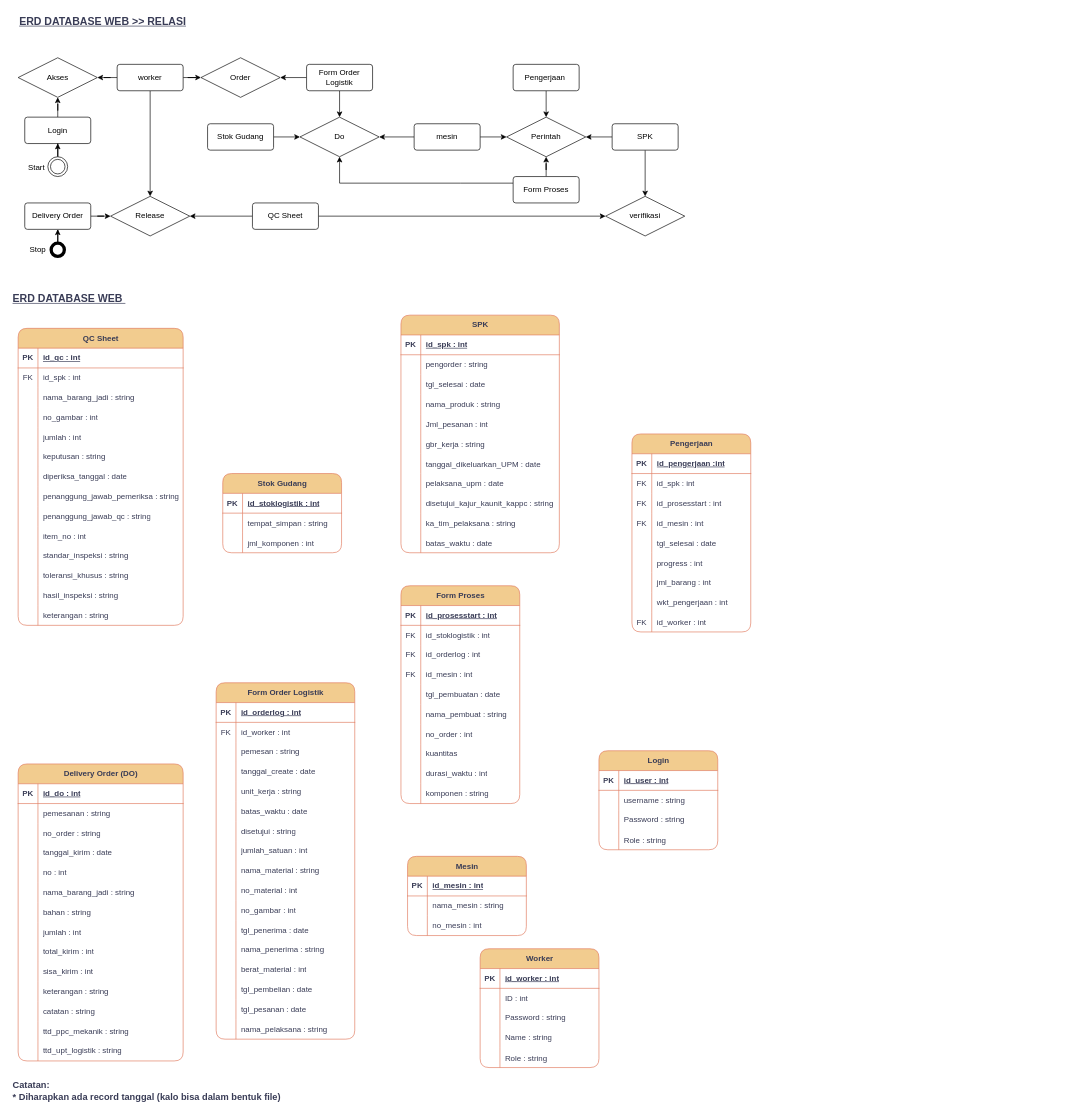
Above: page "ERD" (1 of 2) of erd-rev.drawio in rdhst/ERD-Draw-IO (draw.io), before the change. Source tidied: cells renumbered, new cells numbered last; positions are measured from the earlier drawing's top-left corner, leaving out a move shared by most shapes. Both pictures are drawn from the tidied source at 66%, with x=0, y=0 at pixel (11, 11).
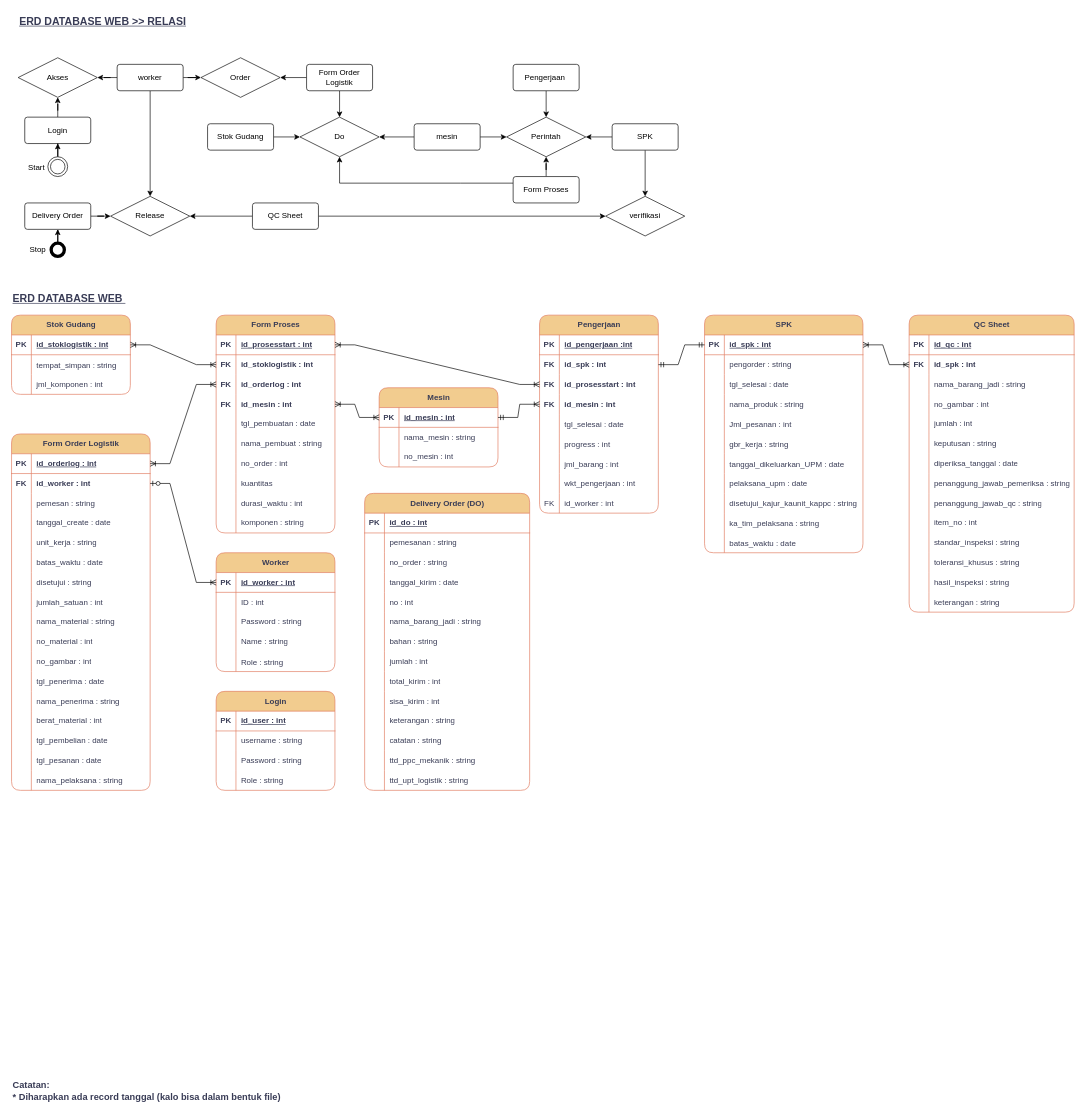
After the change.

The change refers to these unchanged cells:
```xml
<mxCell id="5" style="shape=tableRow;horizontal=0;startSize=0;swimlaneHead=0;swimlaneBody=0;fillColor=none;points=[[0,0.5],[1,0.5]];portConstraint=eastwest;top=0;left=0;right=0;bottom=1;rounded=1;labelBackgroundColor=none;strokeColor=#E07A5F;fontColor=#393C56;" parent="4" vertex="1">
  <mxGeometry y="30" width="240" height="30" as="geometry" />
</mxCell>
<mxCell id="39" style="shape=tableRow;horizontal=0;startSize=0;swimlaneHead=0;swimlaneBody=0;fillColor=none;points=[[0,0.5],[1,0.5]];portConstraint=eastwest;top=0;left=0;right=0;bottom=1;rounded=1;labelBackgroundColor=none;strokeColor=#E07A5F;fontColor=#393C56;" parent="38" vertex="1">
  <mxGeometry y="30" width="180" height="30" as="geometry" />
</mxCell>
<mxCell id="58" style="shape=tableRow;horizontal=0;startSize=0;swimlaneHead=0;swimlaneBody=0;fillColor=none;points=[[0,0.5],[1,0.5]];portConstraint=eastwest;top=0;left=0;right=0;bottom=0;rounded=1;labelBackgroundColor=none;strokeColor=#E07A5F;fontColor=#393C56;" parent="54" vertex="1">
  <mxGeometry y="60" width="180" height="30" as="geometry" />
</mxCell>
<mxCell id="61" style="shape=tableRow;horizontal=0;startSize=0;swimlaneHead=0;swimlaneBody=0;fillColor=none;points=[[0,0.5],[1,0.5]];portConstraint=eastwest;top=0;left=0;right=0;bottom=0;rounded=1;labelBackgroundColor=none;strokeColor=#E07A5F;fontColor=#393C56;" parent="54" vertex="1">
  <mxGeometry y="90" width="180" height="30" as="geometry" />
</mxCell>
<mxCell id="64" style="shape=tableRow;horizontal=0;startSize=0;swimlaneHead=0;swimlaneBody=0;fillColor=none;points=[[0,0.5],[1,0.5]];portConstraint=eastwest;top=0;left=0;right=0;bottom=0;rounded=1;labelBackgroundColor=none;strokeColor=#E07A5F;fontColor=#393C56;" parent="54" vertex="1">
  <mxGeometry y="120" width="180" height="30" as="geometry" />
</mxCell>
<mxCell id="83" style="shape=tableRow;horizontal=0;startSize=0;swimlaneHead=0;swimlaneBody=0;fillColor=none;points=[[0,0.5],[1,0.5]];portConstraint=eastwest;top=0;left=0;right=0;bottom=1;rounded=1;labelBackgroundColor=none;strokeColor=#E07A5F;fontColor=#393C56;" parent="82" vertex="1">
  <mxGeometry y="30" width="210" height="30" as="geometry" />
</mxCell>
<mxCell id="86" style="shape=tableRow;horizontal=0;startSize=0;swimlaneHead=0;swimlaneBody=0;fillColor=none;points=[[0,0.5],[1,0.5]];portConstraint=eastwest;top=0;left=0;right=0;bottom=0;rounded=1;labelBackgroundColor=none;strokeColor=#E07A5F;fontColor=#393C56;" parent="82" vertex="1">
  <mxGeometry y="60" width="210" height="30" as="geometry" />
</mxCell>
<mxCell id="135" style="shape=tableRow;horizontal=0;startSize=0;swimlaneHead=0;swimlaneBody=0;fillColor=none;points=[[0,0.5],[1,0.5]];portConstraint=eastwest;top=0;left=0;right=0;bottom=1;rounded=1;labelBackgroundColor=none;strokeColor=#E07A5F;fontColor=#393C56;" parent="134" vertex="1">
  <mxGeometry y="30" width="180" height="30" as="geometry" />
</mxCell>
<mxCell id="138" style="shape=tableRow;horizontal=0;startSize=0;swimlaneHead=0;swimlaneBody=0;fillColor=none;points=[[0,0.5],[1,0.5]];portConstraint=eastwest;top=0;left=0;right=0;bottom=0;rounded=1;labelBackgroundColor=none;strokeColor=#E07A5F;fontColor=#393C56;" parent="134" vertex="1">
  <mxGeometry y="60" width="180" height="30" as="geometry" />
</mxCell>
<mxCell id="141" style="shape=tableRow;horizontal=0;startSize=0;swimlaneHead=0;swimlaneBody=0;fillColor=none;points=[[0,0.5],[1,0.5]];portConstraint=eastwest;top=0;left=0;right=0;bottom=0;rounded=1;labelBackgroundColor=none;strokeColor=#E07A5F;fontColor=#393C56;" parent="134" vertex="1">
  <mxGeometry y="90" width="180" height="30" as="geometry" />
</mxCell>
<mxCell id="144" style="shape=tableRow;horizontal=0;startSize=0;swimlaneHead=0;swimlaneBody=0;fillColor=none;points=[[0,0.5],[1,0.5]];portConstraint=eastwest;top=0;left=0;right=0;bottom=0;rounded=1;labelBackgroundColor=none;strokeColor=#E07A5F;fontColor=#393C56;" parent="134" vertex="1">
  <mxGeometry y="120" width="180" height="30" as="geometry" />
</mxCell>
<mxCell id="166" style="shape=tableRow;horizontal=0;startSize=0;swimlaneHead=0;swimlaneBody=0;fillColor=none;points=[[0,0.5],[1,0.5]];portConstraint=eastwest;top=0;left=0;right=0;bottom=1;rounded=1;labelBackgroundColor=none;strokeColor=#E07A5F;fontColor=#393C56;" parent="165" vertex="1">
  <mxGeometry y="30" width="180" height="30" as="geometry" />
</mxCell>
<mxCell id="176" style="shape=tableRow;horizontal=0;startSize=0;swimlaneHead=0;swimlaneBody=0;fillColor=none;points=[[0,0.5],[1,0.5]];portConstraint=eastwest;top=0;left=0;right=0;bottom=1;rounded=1;labelBackgroundColor=none;strokeColor=#E07A5F;fontColor=#393C56;" parent="175" vertex="1">
  <mxGeometry y="30" width="180" height="30" as="geometry" />
</mxCell>
<mxCell id="189" style="shape=tableRow;horizontal=0;startSize=0;swimlaneHead=0;swimlaneBody=0;fillColor=none;points=[[0,0.5],[1,0.5]];portConstraint=eastwest;top=0;left=0;right=0;bottom=0;rounded=1;labelBackgroundColor=none;strokeColor=#E07A5F;fontColor=#393C56;" parent="185" vertex="1">
  <mxGeometry y="60" width="250" height="30" as="geometry" />
</mxCell>
```

Diff of the diagram source:
```diff
@@
     <mxCell id="4" value="SPK" style="shape=table;startSize=30;childLayout=tableLayout;rowLines=0;fontStyle=1;align=center;html=1;rounded=1;labelBackgroundColor=none;fillColor=#F2CC8F;strokeColor=#E07A5F;fontColor=#393C56;" parent="1" vertex="1">
-      <mxGeometry x="590" y="460" width="240" height="360" as="geometry" />
+      <mxGeometry x="1050" y="460" width="240" height="360" as="geometry" />
     </mxCell>
@@
     <mxCell id="38" value="Worker" style="shape=table;startSize=30;childLayout=tableLayout;rowLines=0;fontStyle=1;align=center;html=1;rounded=1;labelBackgroundColor=none;fillColor=#F2CC8F;strokeColor=#E07A5F;fontColor=#393C56;" parent="1" vertex="1">
-      <mxGeometry x="710" y="1420" width="180" height="180" as="geometry" />
+      <mxGeometry x="310" y="820" width="180" height="180" as="geometry" />
     </mxCell>
@@
     <mxCell id="54" value="Pengerjaan" style="shape=table;startSize=30;childLayout=tableLayout;rowLines=0;fontStyle=1;align=center;html=1;rounded=1;labelBackgroundColor=none;fillColor=#F2CC8F;strokeColor=#E07A5F;fontColor=#393C56;" parent="1" vertex="1">
-      <mxGeometry x="940" y="640" width="180" height="300" as="geometry" />
+      <mxGeometry x="800" y="460" width="180" height="300" as="geometry" />
     </mxCell>
@@
-    <mxCell id="59" value="FK" style="shape=partialRectangle;fillColor=none;top=0;left=0;bottom=0;right=0;fontStyle=0;overflow=hidden;whiteSpace=wrap;html=1;rounded=1;labelBackgroundColor=none;strokeColor=#E07A5F;fontColor=#393C56;" parent="58" vertex="1">
+    <mxCell id="59" value="FK" style="shape=partialRectangle;fillColor=none;top=0;left=0;bottom=0;right=0;fontStyle=1;overflow=hidden;whiteSpace=wrap;html=1;rounded=1;labelBackgroundColor=none;strokeColor=#E07A5F;fontColor=#393C56;" parent="58" vertex="1">
       <mxGeometry width="30" height="30" as="geometry" />
     </mxCell>
-    <mxCell id="60" value="id_spk : int" style="shape=partialRectangle;fillColor=none;top=0;left=0;bottom=0;right=0;align=left;spacingLeft=6;fontStyle=0;overflow=hidden;whiteSpace=wrap;html=1;rounded=1;labelBackgroundColor=none;strokeColor=#E07A5F;fontColor=#393C56;" parent="58" vertex="1">
+    <mxCell id="60" value="id_spk : int" style="shape=partialRectangle;fillColor=none;top=0;left=0;bottom=0;right=0;align=left;spacingLeft=6;fontStyle=1;overflow=hidden;whiteSpace=wrap;html=1;rounded=1;labelBackgroundColor=none;strokeColor=#E07A5F;fontColor=#393C56;" parent="58" vertex="1">
       <mxGeometry x="30" width="150" height="30" as="geometry" />
     </mxCell>
@@
-    <mxCell id="62" value="FK" style="shape=partialRectangle;fillColor=none;top=0;left=0;bottom=0;right=0;fontStyle=0;overflow=hidden;whiteSpace=wrap;html=1;rounded=1;labelBackgroundColor=none;strokeColor=#E07A5F;fontColor=#393C56;" parent="61" vertex="1">
+    <mxCell id="62" value="FK" style="shape=partialRectangle;fillColor=none;top=0;left=0;bottom=0;right=0;fontStyle=1;overflow=hidden;whiteSpace=wrap;html=1;rounded=1;labelBackgroundColor=none;strokeColor=#E07A5F;fontColor=#393C56;" parent="61" vertex="1">
       <mxGeometry width="30" height="30" as="geometry" />
     </mxCell>
-    <mxCell id="63" value="id_prosesstart : int" style="shape=partialRectangle;fillColor=none;top=0;left=0;bottom=0;right=0;align=left;spacingLeft=6;fontStyle=0;overflow=hidden;whiteSpace=wrap;html=1;rounded=1;labelBackgroundColor=none;strokeColor=#E07A5F;fontColor=#393C56;" parent="61" vertex="1">
+    <mxCell id="63" value="id_prosesstart : int" style="shape=partialRectangle;fillColor=none;top=0;left=0;bottom=0;right=0;align=left;spacingLeft=6;fontStyle=1;overflow=hidden;whiteSpace=wrap;html=1;rounded=1;labelBackgroundColor=none;strokeColor=#E07A5F;fontColor=#393C56;" parent="61" vertex="1">
       <mxGeometry x="30" width="150" height="30" as="geometry" />
     </mxCell>
@@
-    <mxCell id="65" value="FK" style="shape=partialRectangle;fillColor=none;top=0;left=0;bottom=0;right=0;overflow=hidden;rounded=1;labelBackgroundColor=none;strokeColor=#E07A5F;fontColor=#393C56;" parent="64" vertex="1">
+    <mxCell id="65" value="FK" style="shape=partialRectangle;fillColor=none;top=0;left=0;bottom=0;right=0;overflow=hidden;rounded=1;labelBackgroundColor=none;strokeColor=#E07A5F;fontColor=#393C56;fontStyle=1;" parent="64" vertex="1">
       <mxGeometry width="30" height="30" as="geometry" />
     </mxCell>
-    <mxCell id="66" value="id_mesin : int" style="shape=partialRectangle;fillColor=none;top=0;left=0;bottom=0;right=0;align=left;spacingLeft=6;overflow=hidden;rounded=1;labelBackgroundColor=none;strokeColor=#E07A5F;fontColor=#393C56;" parent="64" vertex="1">
+    <mxCell id="66" value="id_mesin : int" style="shape=partialRectangle;fillColor=none;top=0;left=0;bottom=0;right=0;align=left;spacingLeft=6;overflow=hidden;rounded=1;labelBackgroundColor=none;strokeColor=#E07A5F;fontColor=#393C56;fontStyle=1;" parent="64" vertex="1">
       <mxGeometry x="30" width="150" height="30" as="geometry" />
     </mxCell>
@@
     <mxCell id="82" value="Form Order Logistik" style="shape=table;startSize=30;childLayout=tableLayout;rowLines=0;fontStyle=1;align=center;html=1;rounded=1;labelBackgroundColor=none;fillColor=#F2CC8F;strokeColor=#E07A5F;fontColor=#393C56;" parent="1" vertex="1">
-      <mxGeometry x="310" y="1017" width="210" height="540" as="geometry" />
+      <mxGeometry y="640" width="210" height="540" as="geometry" />
     </mxCell>
@@
-    <mxCell id="87" value="FK" style="shape=partialRectangle;fillColor=none;top=0;left=0;bottom=0;right=0;overflow=hidden;whiteSpace=wrap;html=1;rounded=1;labelBackgroundColor=none;strokeColor=#E07A5F;fontColor=#393C56;" parent="86" vertex="1">
+    <mxCell id="87" value="FK" style="shape=partialRectangle;fillColor=none;top=0;left=0;bottom=0;right=0;overflow=hidden;whiteSpace=wrap;html=1;rounded=1;labelBackgroundColor=none;strokeColor=#E07A5F;fontColor=#393C56;fontStyle=1;" parent="86" vertex="1">
       <mxGeometry width="30" height="30" as="geometry" />
     </mxCell>
-    <mxCell id="88" value="id_worker : int" style="shape=partialRectangle;fillColor=none;top=0;left=0;bottom=0;right=0;align=left;spacingLeft=6;overflow=hidden;whiteSpace=wrap;html=1;rounded=1;labelBackgroundColor=none;strokeColor=#E07A5F;fontColor=#393C56;" parent="86" vertex="1">
+    <mxCell id="88" value="id_worker : int" style="shape=partialRectangle;fillColor=none;top=0;left=0;bottom=0;right=0;align=left;spacingLeft=6;overflow=hidden;whiteSpace=wrap;html=1;rounded=1;labelBackgroundColor=none;strokeColor=#E07A5F;fontColor=#393C56;fontStyle=1;" parent="86" vertex="1">
       <mxGeometry x="30" width="180" height="30" as="geometry" />
     </mxCell>
@@
     <mxCell id="134" value="Form Proses" style="shape=table;startSize=30;childLayout=tableLayout;rowLines=0;fontStyle=1;align=center;html=1;rounded=1;labelBackgroundColor=none;fillColor=#F2CC8F;strokeColor=#E07A5F;fontColor=#393C56;" parent="1" vertex="1">
-      <mxGeometry x="590" y="870" width="180" height="330" as="geometry" />
+      <mxGeometry x="310" y="460" width="180" height="330" as="geometry" />
     </mxCell>
@@
-    <mxCell id="139" value="FK" style="shape=partialRectangle;fillColor=none;top=0;left=0;bottom=0;right=0;overflow=hidden;whiteSpace=wrap;html=1;rounded=1;labelBackgroundColor=none;strokeColor=#E07A5F;fontColor=#393C56;" parent="138" vertex="1">
+    <mxCell id="139" value="FK" style="shape=partialRectangle;fillColor=none;top=0;left=0;bottom=0;right=0;overflow=hidden;whiteSpace=wrap;html=1;rounded=1;labelBackgroundColor=none;strokeColor=#E07A5F;fontColor=#393C56;fontStyle=1;" parent="138" vertex="1">
       <mxGeometry width="30" height="30" as="geometry" />
     </mxCell>
-    <mxCell id="140" value="id_stoklogistik : int" style="shape=partialRectangle;fillColor=none;top=0;left=0;bottom=0;right=0;align=left;spacingLeft=6;overflow=hidden;whiteSpace=wrap;html=1;rounded=1;labelBackgroundColor=none;strokeColor=#E07A5F;fontColor=#393C56;" parent="138" vertex="1">
+    <mxCell id="140" value="id_stoklogistik : int" style="shape=partialRectangle;fillColor=none;top=0;left=0;bottom=0;right=0;align=left;spacingLeft=6;overflow=hidden;whiteSpace=wrap;html=1;rounded=1;labelBackgroundColor=none;strokeColor=#E07A5F;fontColor=#393C56;fontStyle=1;" parent="138" vertex="1">
       <mxGeometry x="30" width="150" height="30" as="geometry" />
     </mxCell>
@@
-    <mxCell id="142" value="FK" style="shape=partialRectangle;fillColor=none;top=0;left=0;bottom=0;right=0;overflow=hidden;whiteSpace=wrap;html=1;rounded=1;labelBackgroundColor=none;strokeColor=#E07A5F;fontColor=#393C56;" parent="141" vertex="1">
+    <mxCell id="142" value="FK" style="shape=partialRectangle;fillColor=none;top=0;left=0;bottom=0;right=0;overflow=hidden;whiteSpace=wrap;html=1;rounded=1;labelBackgroundColor=none;strokeColor=#E07A5F;fontColor=#393C56;fontStyle=1;" parent="141" vertex="1">
       <mxGeometry width="30" height="30" as="geometry" />
     </mxCell>
-    <mxCell id="143" value="id_orderlog : int" style="shape=partialRectangle;fillColor=none;top=0;left=0;bottom=0;right=0;align=left;spacingLeft=6;overflow=hidden;whiteSpace=wrap;html=1;rounded=1;labelBackgroundColor=none;strokeColor=#E07A5F;fontColor=#393C56;" parent="141" vertex="1">
+    <mxCell id="143" value="id_orderlog : int" style="shape=partialRectangle;fillColor=none;top=0;left=0;bottom=0;right=0;align=left;spacingLeft=6;overflow=hidden;whiteSpace=wrap;html=1;rounded=1;labelBackgroundColor=none;strokeColor=#E07A5F;fontColor=#393C56;fontStyle=1;" parent="141" vertex="1">
       <mxGeometry x="30" width="150" height="30" as="geometry" />
     </mxCell>
@@
-    <mxCell id="145" value="FK" style="shape=partialRectangle;fillColor=none;top=0;left=0;bottom=0;right=0;overflow=hidden;whiteSpace=wrap;html=1;rounded=1;labelBackgroundColor=none;strokeColor=#E07A5F;fontColor=#393C56;" parent="144" vertex="1">
+    <mxCell id="145" value="FK" style="shape=partialRectangle;fillColor=none;top=0;left=0;bottom=0;right=0;overflow=hidden;whiteSpace=wrap;html=1;rounded=1;labelBackgroundColor=none;strokeColor=#E07A5F;fontColor=#393C56;fontStyle=1;" parent="144" vertex="1">
       <mxGeometry width="30" height="30" as="geometry" />
     </mxCell>
-    <mxCell id="146" value="id_mesin : int" style="shape=partialRectangle;fillColor=none;top=0;left=0;bottom=0;right=0;align=left;spacingLeft=6;overflow=hidden;whiteSpace=wrap;html=1;rounded=1;labelBackgroundColor=none;strokeColor=#E07A5F;fontColor=#393C56;" parent="144" vertex="1">
+    <mxCell id="146" value="id_mesin : int" style="shape=partialRectangle;fillColor=none;top=0;left=0;bottom=0;right=0;align=left;spacingLeft=6;overflow=hidden;whiteSpace=wrap;html=1;rounded=1;labelBackgroundColor=none;strokeColor=#E07A5F;fontColor=#393C56;fontStyle=1;" parent="144" vertex="1">
       <mxGeometry x="30" width="150" height="30" as="geometry" />
     </mxCell>
@@
     <mxCell id="165" value="Stok Gudang" style="shape=table;startSize=30;childLayout=tableLayout;rowLines=0;fontStyle=1;align=center;html=1;rounded=1;labelBackgroundColor=none;fillColor=#F2CC8F;strokeColor=#E07A5F;fontColor=#393C56;" parent="1" vertex="1">
-      <mxGeometry x="320" y="700" width="180" height="120" as="geometry" />
+      <mxGeometry y="460" width="180" height="120" as="geometry" />
     </mxCell>
@@
     <mxCell id="175" value="Mesin" style="shape=table;startSize=30;childLayout=tableLayout;rowLines=0;fontStyle=1;align=center;html=1;rounded=1;labelBackgroundColor=none;fillColor=#F2CC8F;strokeColor=#E07A5F;fontColor=#393C56;" parent="1" vertex="1">
-      <mxGeometry x="600" y="1280" width="180" height="120" as="geometry" />
+      <mxGeometry x="557" y="570" width="180" height="120" as="geometry" />
     </mxCell>
@@
     <mxCell id="185" value="QC Sheet" style="shape=table;startSize=30;childLayout=tableLayout;rowLines=0;fontStyle=1;align=center;html=1;rounded=1;labelBackgroundColor=none;fillColor=#F2CC8F;strokeColor=#E07A5F;fontColor=#393C56;" parent="1" vertex="1">
-      <mxGeometry x="10" y="480" width="250" height="450" as="geometry" />
+      <mxGeometry x="1360" y="460" width="250" height="450" as="geometry" />
     </mxCell>
@@
-    <mxCell id="190" value="FK" style="shape=partialRectangle;fillColor=none;top=0;left=0;bottom=0;right=0;overflow=hidden;whiteSpace=wrap;html=1;rounded=1;labelBackgroundColor=none;strokeColor=#E07A5F;fontColor=#393C56;" parent="189" vertex="1">
+    <mxCell id="190" value="FK" style="shape=partialRectangle;fillColor=none;top=0;left=0;bottom=0;right=0;overflow=hidden;whiteSpace=wrap;html=1;rounded=1;labelBackgroundColor=none;strokeColor=#E07A5F;fontColor=#393C56;fontStyle=1;" parent="189" vertex="1">
       <mxGeometry width="30" height="30" as="geometry" />
     </mxCell>
-    <mxCell id="191" value="id_spk : int" style="shape=partialRectangle;fillColor=none;top=0;left=0;bottom=0;right=0;align=left;spacingLeft=6;overflow=hidden;whiteSpace=wrap;html=1;rounded=1;labelBackgroundColor=none;strokeColor=#E07A5F;fontColor=#393C56;" parent="189" vertex="1">
+    <mxCell id="191" value="id_spk : int" style="shape=partialRectangle;fillColor=none;top=0;left=0;bottom=0;right=0;align=left;spacingLeft=6;overflow=hidden;whiteSpace=wrap;html=1;rounded=1;labelBackgroundColor=none;strokeColor=#E07A5F;fontColor=#393C56;fontStyle=1;" parent="189" vertex="1">
       <mxGeometry x="30" width="220" height="30" as="geometry" />
     </mxCell>
@@
     <mxCell id="228" value="Delivery Order (DO)" style="shape=table;startSize=30;childLayout=tableLayout;rowLines=0;fontStyle=1;align=center;html=1;rounded=1;labelBackgroundColor=none;fillColor=#F2CC8F;strokeColor=#E07A5F;fontColor=#393C56;" parent="1" vertex="1">
-      <mxGeometry x="10" y="1140" width="250" height="450" as="geometry" />
+      <mxGeometry x="535" y="730" width="250" height="450" as="geometry" />
     </mxCell>
@@
     <mxCell id="273" value="Login" style="shape=table;startSize=30;childLayout=tableLayout;rowLines=0;fontStyle=1;align=center;html=1;rounded=1;labelBackgroundColor=none;fillColor=#F2CC8F;strokeColor=#E07A5F;fontColor=#393C56;" parent="1" vertex="1">
-      <mxGeometry x="890" y="1120" width="180" height="150" as="geometry" />
+      <mxGeometry x="310" y="1030" width="180" height="150" as="geometry" />
     </mxCell>
@@
+    <mxCell id="326" style="edgeStyle=entityRelationEdgeStyle;fontSize=12;html=1;endArrow=ERoneToMany;startArrow=ERoneToMany;rounded=0;exitX=1;exitY=0.5;exitDx=0;exitDy=0;entryX=0;entryY=0.5;entryDx=0;entryDy=0;" parent="1" edge="1" source="135" target="61">
+      <mxGeometry relative="1" as="geometry" />
+    </mxCell>
+    <mxCell id="327" style="edgeStyle=entityRelationEdgeStyle;fontSize=12;html=1;endArrow=ERoneToMany;startArrow=ERoneToMany;rounded=0;entryX=0;entryY=0.5;entryDx=0;entryDy=0;exitX=1;exitY=0.5;exitDx=0;exitDy=0;" parent="1" edge="1" source="5" target="189">
+      <mxGeometry relative="1" as="geometry" />
+    </mxCell>
+    <mxCell id="328" style="edgeStyle=entityRelationEdgeStyle;fontSize=12;html=1;endArrow=ERoneToMany;startArrow=ERoneToMany;rounded=0;entryX=0;entryY=0.5;entryDx=0;entryDy=0;exitX=1;exitY=0.5;exitDx=0;exitDy=0;" parent="1" edge="1" source="166" target="138">
+      <mxGeometry relative="1" as="geometry" />
+    </mxCell>
+    <mxCell id="329" style="edgeStyle=entityRelationEdgeStyle;fontSize=12;html=1;endArrow=ERoneToMany;startArrow=ERoneToMany;rounded=0;entryX=0;entryY=0.5;entryDx=0;entryDy=0;exitX=1;exitY=0.5;exitDx=0;exitDy=0;" parent="1" edge="1" source="83" target="141">
+      <mxGeometry relative="1" as="geometry" />
+    </mxCell>
+    <mxCell id="330" style="edgeStyle=entityRelationEdgeStyle;fontSize=12;html=1;endArrow=ERoneToMany;startArrow=ERoneToMany;rounded=0;exitX=1;exitY=0.5;exitDx=0;exitDy=0;entryX=0;entryY=0.5;entryDx=0;entryDy=0;" parent="1" edge="1" source="144" target="176">
+      <mxGeometry relative="1" as="geometry" />
+    </mxCell>
+    <mxCell id="331" style="edgeStyle=entityRelationEdgeStyle;fontSize=12;html=1;endArrow=ERoneToMany;startArrow=ERmandOne;rounded=0;exitX=1;exitY=0.5;exitDx=0;exitDy=0;entryX=0;entryY=0.5;entryDx=0;entryDy=0;" parent="1" edge="1" source="176" target="64">
+      <mxGeometry relative="1" as="geometry" />
+    </mxCell>
+    <mxCell id="332" style="edgeStyle=entityRelationEdgeStyle;fontSize=12;html=1;endArrow=ERmandOne;startArrow=ERmandOne;rounded=0;entryX=0;entryY=0.5;entryDx=0;entryDy=0;exitX=1;exitY=0.5;exitDx=0;exitDy=0;" parent="1" edge="1" source="58" target="5">
+      <mxGeometry relative="1" as="geometry" />
+    </mxCell>
+    <mxCell id="333" style="edgeStyle=entityRelationEdgeStyle;fontSize=12;html=1;endArrow=ERoneToMany;startArrow=ERzeroToOne;rounded=0;exitX=1;exitY=0.5;exitDx=0;exitDy=0;entryX=0;entryY=0.5;entryDx=0;entryDy=0;" parent="1" edge="1" source="86" target="39">
+      <mxGeometry relative="1" as="geometry" />
+    </mxCell>
```
